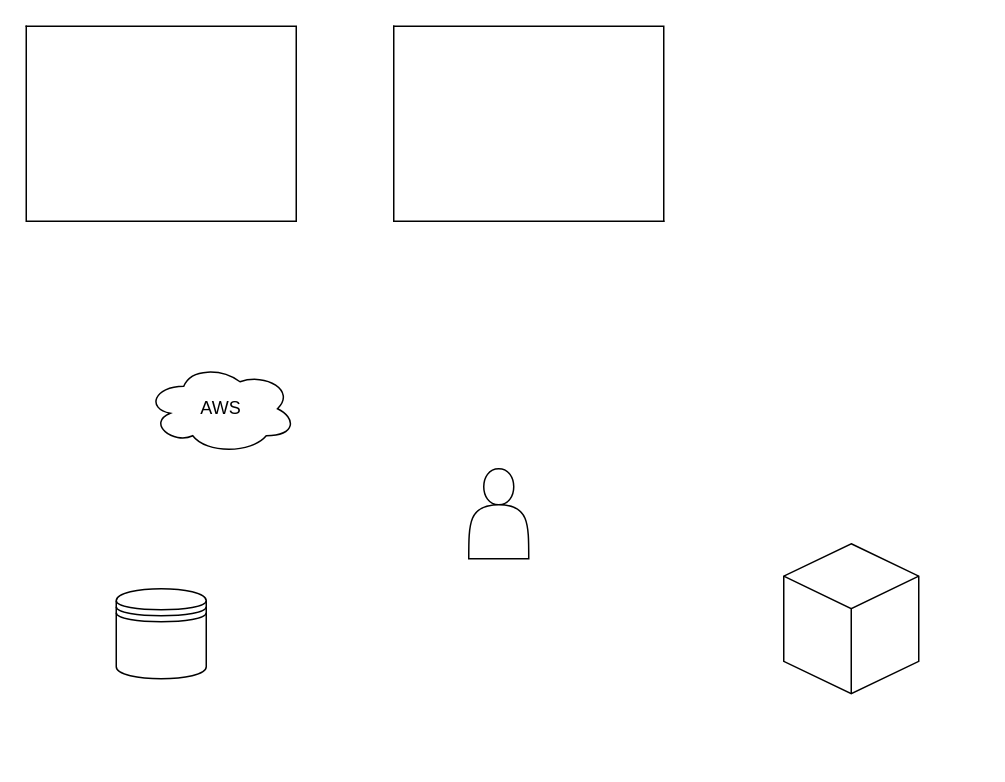
Earlier version of the draw.io diagram page "画面設計" (2 of 3) of 画面設計.drawio (ringohoka/AnnounceSituation). Source tidied: cells renumbered, new cells numbered last; positions are measured from the earlier drawing's top-left corner, leaving out a move shared by most shapes. Both pictures are drawn from the tidied source at 150%, with x=0, y=0 at pixel (26, 26).
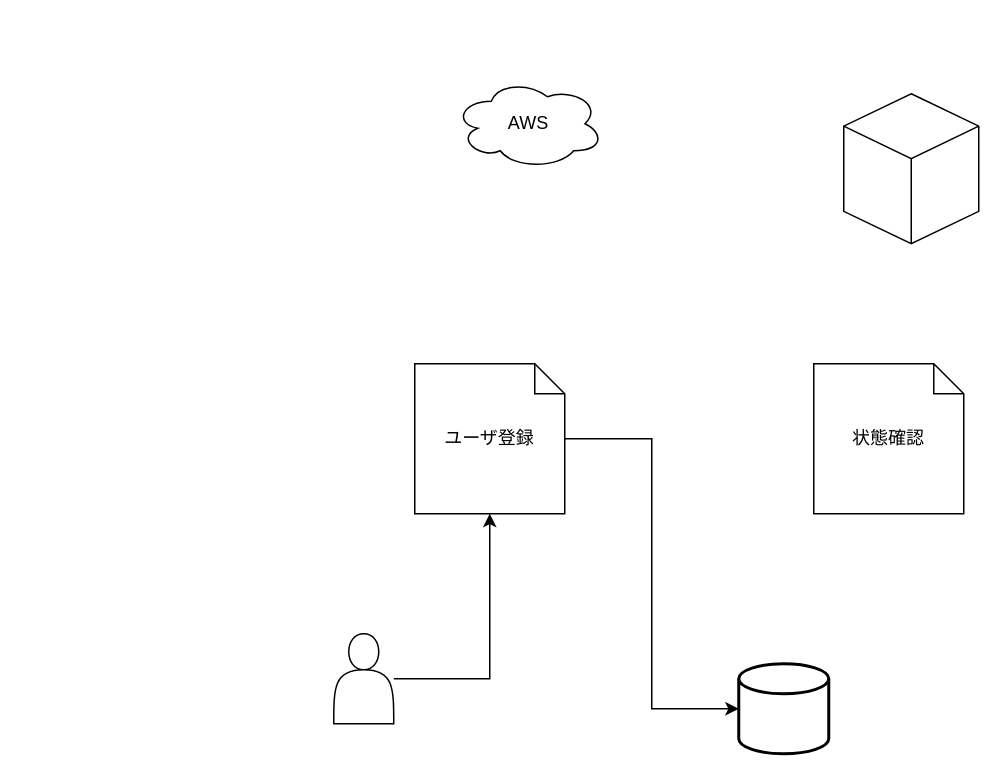
The same diagram, later.

What changed in the source:
```diff
@@
 <mxGraphModel>
   <root>
     <mxCell id="0" />
     <mxCell id="1" parent="0" />
-    <mxCell id="2" style="shape=datastore;whiteSpace=wrap;html=1;" parent="1" vertex="1">
-      <mxGeometry x="60" y="375" width="60" height="60" as="geometry" />
-    </mxCell>
+    <mxCell id="10" style="edgeStyle=orthogonalEdgeStyle;rounded=0;jettySize=auto;html=1;entryX=0.5;entryY=1;entryDx=0;entryDy=0;entryPerimeter=0;" parent="1" edge="1" source="3" target="14">
+      <mxGeometry relative="1" as="geometry" />
+    </mxCell>
     <mxCell id="3" style="shape=actor;whiteSpace=wrap;html=1;" parent="1" vertex="1">
-      <mxGeometry x="295" y="295" width="40" height="60" as="geometry" />
+      <mxGeometry x="205" y="405" width="40" height="60" as="geometry" />
     </mxCell>
     <mxCell id="4" style="html=1;whiteSpace=wrap;shape=isoCube2;backgroundOutline=1;isoAngle=15;" parent="1" vertex="1">
-      <mxGeometry x="505" y="345" width="90" height="100" as="geometry" />
+      <mxGeometry x="545" y="45" width="90" height="100" as="geometry" />
     </mxCell>
-    <mxCell id="5" style="shape=partialRectangle;whiteSpace=wrap;html=1;bottom=0;right=0;fillColor=none;direction=south;" parent="1" vertex="1">
-      <mxGeometry width="180" height="130" as="geometry" />
-    </mxCell>
-    <mxCell id="6" style="shape=partialRectangle;whiteSpace=wrap;html=1;bottom=0;right=0;fillColor=none;rotation=-180;direction=south;" parent="1" vertex="1">
-      <mxGeometry width="180" height="130" as="geometry" />
-    </mxCell>
-    <mxCell id="7" style="shape=partialRectangle;whiteSpace=wrap;html=1;bottom=0;right=0;fillColor=none;rotation=-180;direction=south;" parent="1" vertex="1">
-      <mxGeometry x="245" width="180" height="130" as="geometry" />
-    </mxCell>
-    <mxCell id="8" style="shape=partialRectangle;whiteSpace=wrap;html=1;bottom=0;right=0;fillColor=none;rotation=-180;direction=north;" parent="1" vertex="1">
-      <mxGeometry x="245" width="180" height="130" as="geometry" />
-    </mxCell>
     <mxCell id="9" value="AWS" style="ellipse;shape=cloud;whiteSpace=wrap;html=1;align=center;" parent="1" vertex="1">
-      <mxGeometry x="80" y="225" width="100" height="60" as="geometry" />
+      <mxGeometry x="285" y="35" width="100" height="60" as="geometry" />
     </mxCell>
+    <mxCell id="11" style="strokeWidth=2;html=1;shape=mxgraph.flowchart.database;whiteSpace=wrap;" parent="1" vertex="1">
+      <mxGeometry x="475" y="425" width="60" height="60" as="geometry" />
+    </mxCell>
+    <mxCell id="12" value="状態確認" style="shape=note;size=20;whiteSpace=wrap;html=1;" parent="1" vertex="1">
+      <mxGeometry x="525" y="225" width="100" height="100" as="geometry" />
+    </mxCell>
+    <mxCell id="13" style="edgeStyle=orthogonalEdgeStyle;rounded=0;jettySize=auto;html=1;entryX=0;entryY=0.5;entryDx=0;entryDy=0;entryPerimeter=0;" parent="1" edge="1" source="14" target="11">
+      <mxGeometry relative="1" as="geometry" />
+    </mxCell>
+    <mxCell id="14" value="ユーザ登録" style="shape=note;size=20;whiteSpace=wrap;html=1;" parent="1" vertex="1">
+      <mxGeometry x="259" y="225" width="100" height="100" as="geometry" />
+    </mxCell>
   </root>
 </mxGraphModel>
```
